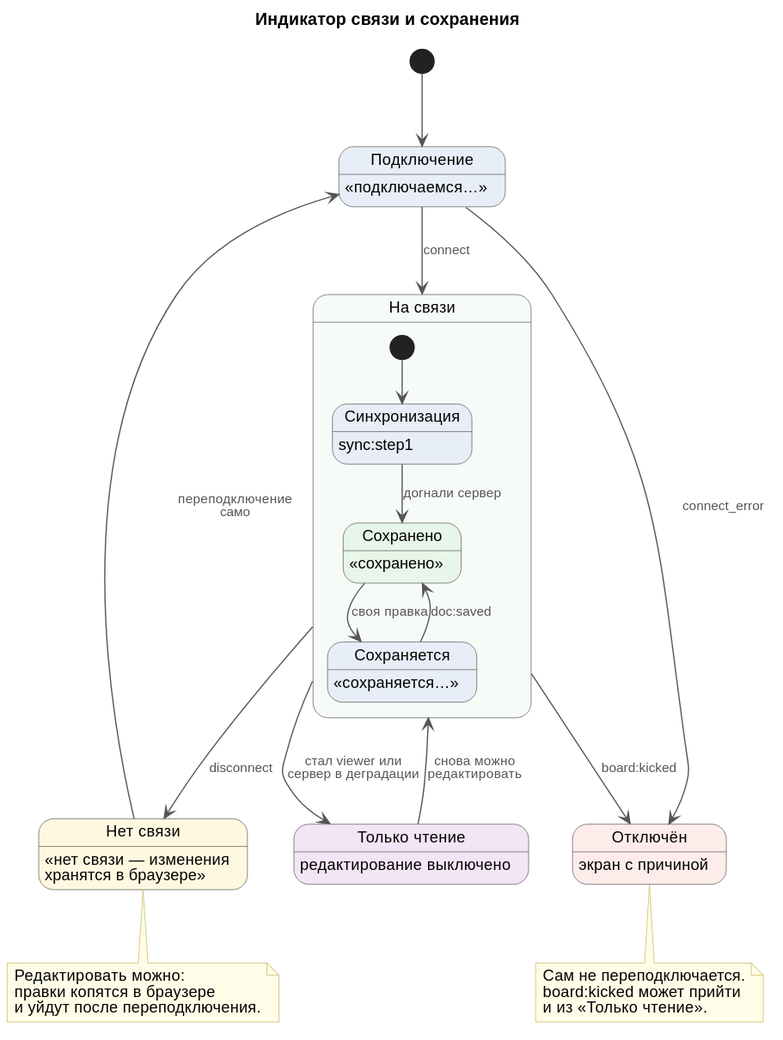
This is docs/system-design/frontend/save-status.svg from fanera-team/fanera, a PlantUML export, as it was before one commit.
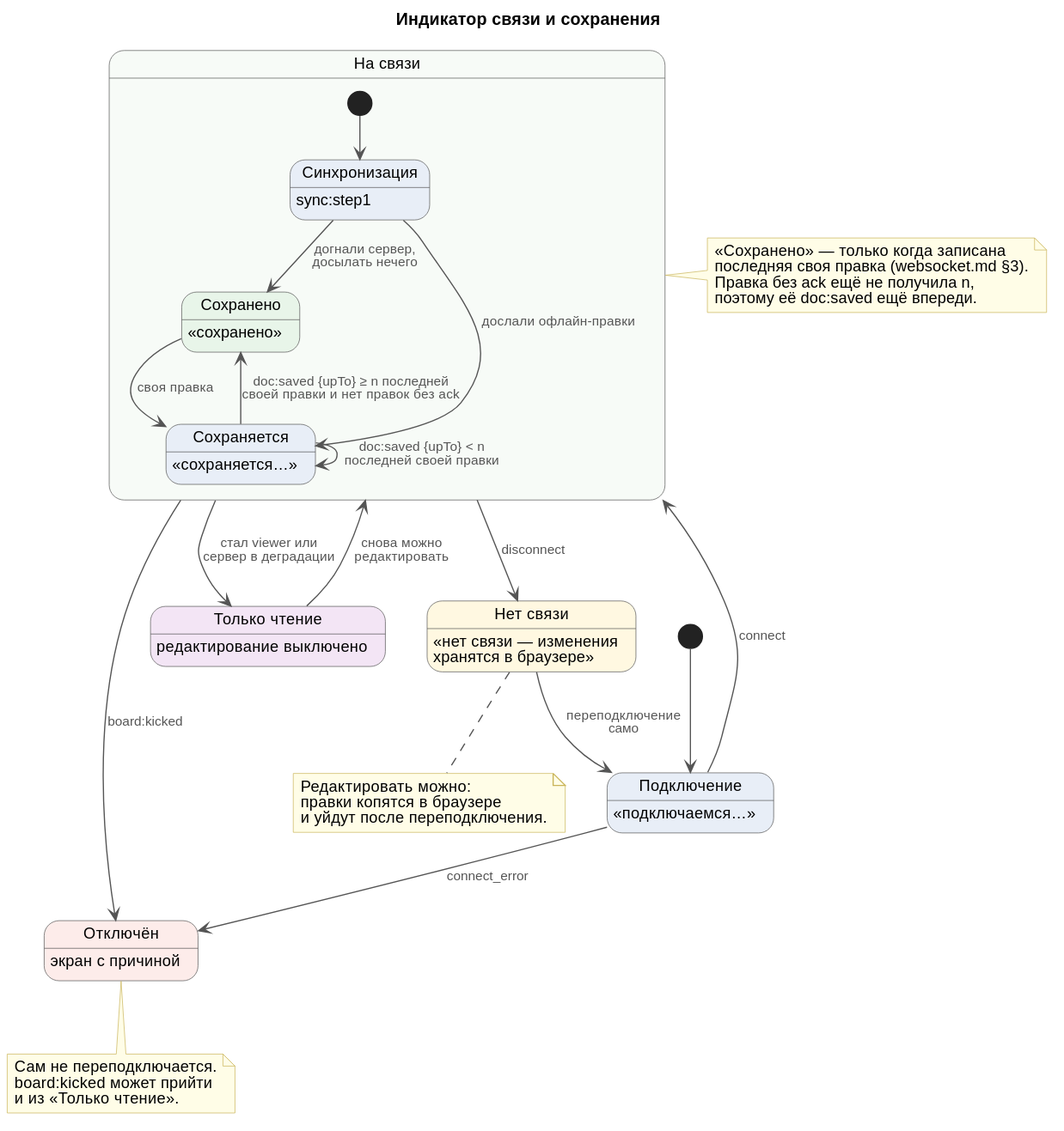
After the commit.

Diff of the diagram source:
```diff
@@ -23,10 +23,19 @@
   state "Сохраняется" as Saving : «сохраняется…»
 
   [*] --> Syncing
-  Syncing --> Saved : догнали сервер
+  Syncing --> Saved : догнали сервер,\nдосылать нечего
+  Syncing --> Saving : дослали офлайн-правки
   Saved --> Saving : своя правка
-  Saving --> Saved : doc:saved
+  Saving --> Saving : doc:saved {upTo} < n\nпоследней своей правки
+  Saving --> Saved : doc:saved {upTo} ≥ n последней\nсвоей правки и нет правок без ack
 }
+
+note right of Online
+  «Сохранено» — только когда записана
+  последняя своя правка (websocket.md §3).
+  Правка без ack ещё не получила n,
+  поэтому её doc:saved ещё впереди.
+end note
 
 state "Нет связи" as Offline #FFF8E1 : «нет связи — изменения\nхранятся в браузере»
 state "Только чтение" as ReadOnly #F3E5F5 : редактирование выключено
```
